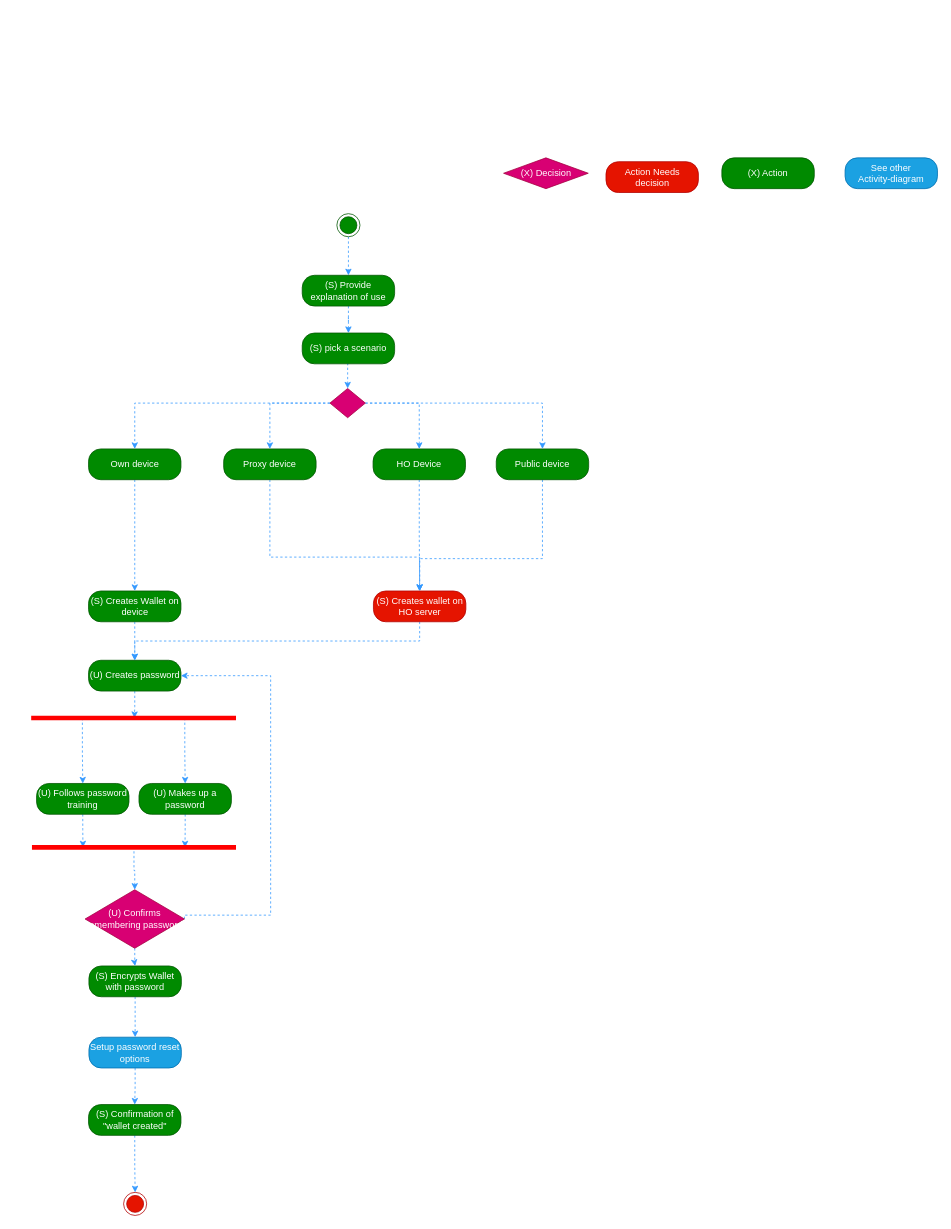
nsward/diagrams keeps this draw.io diagram as Activity Diagrams/Create a wallet activity.drawio. Above is the earlier version. Source tidied: cells renumbered, new cells numbered last; positions are measured from the earlier drawing's top-left corner, leaving out a move shared by most shapes. Both pictures are drawn from the tidied source at 77%, with x=0, y=0 at pixel (31, 158).
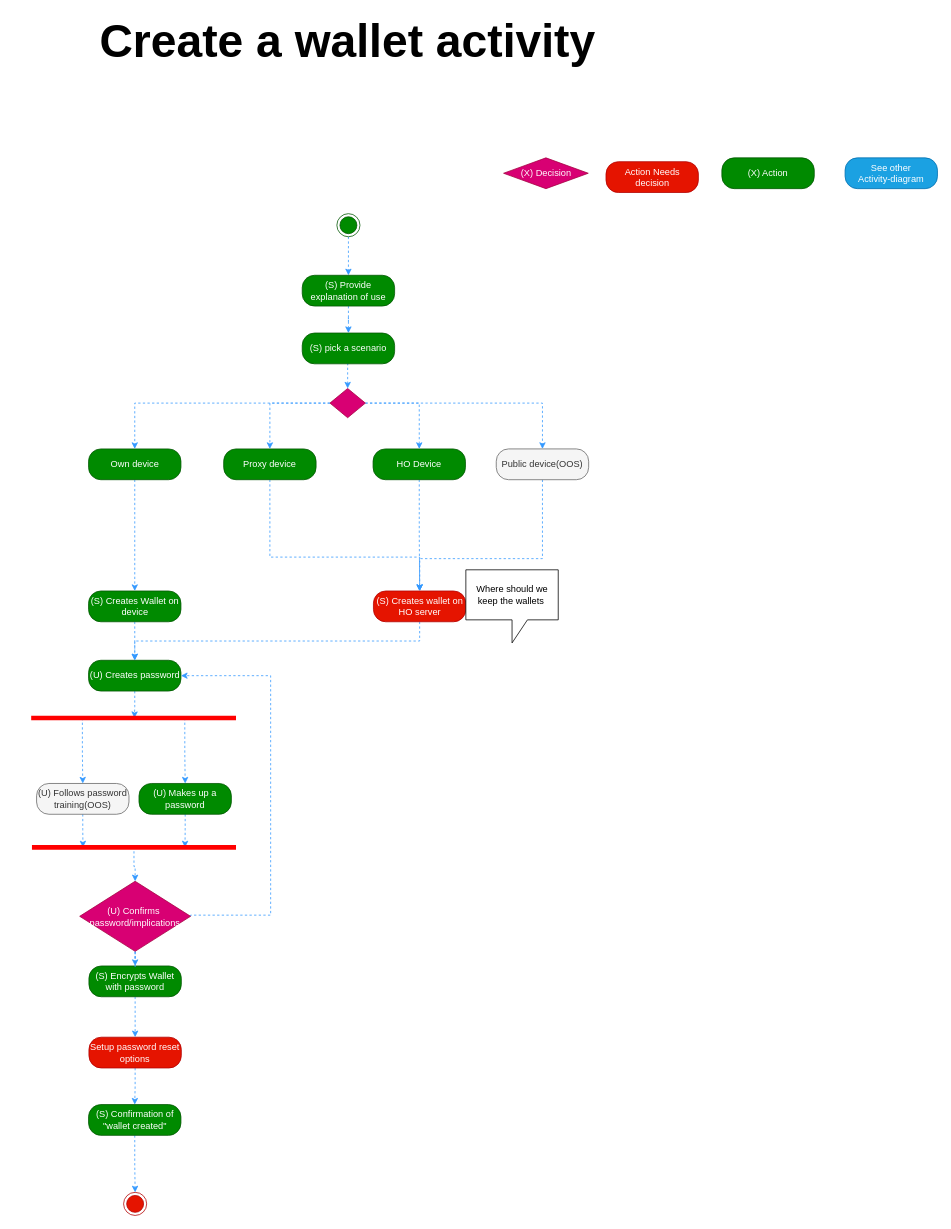
The same diagram, later.

The edit, as a diff of the source:
```diff
@@
-    <mxCell id="18" value="(U) Follows password training" style="rounded=1;whiteSpace=wrap;html=1;arcSize=40;fillColor=#008a00;strokeColor=#005700;fontColor=#ffffff;" parent="1" vertex="1">
+    <mxCell id="18" value="(U) Follows password training(OOS)" style="rounded=1;whiteSpace=wrap;html=1;arcSize=40;fillColor=#f5f5f5;strokeColor=#666666;fontColor=#333333;" parent="1" vertex="1">
       <mxGeometry x="7" y="812" width="120" height="40" as="geometry" />
     </mxCell>
@@
-    <mxCell id="29" value="(U) Confirms remembering password" style="rhombus;whiteSpace=wrap;html=1;fillColor=#d80073;strokeColor=#A50040;fontColor=#ffffff;" parent="1" vertex="1">
-      <mxGeometry x="70" y="950" width="129" height="76" as="geometry" />
+    <mxCell id="29" value="(U) Confirms&amp;nbsp; password/implications" style="rhombus;whiteSpace=wrap;html=1;fillColor=#d80073;strokeColor=#A50040;fontColor=#ffffff;" parent="1" vertex="1">
+      <mxGeometry x="63" y="939" width="144" height="91" as="geometry" />
     </mxCell>
@@
-    <mxCell id="44" value="Public device&lt;br&gt;" style="rounded=1;whiteSpace=wrap;html=1;arcSize=40;fillColor=#008a00;strokeColor=#005700;fontColor=#ffffff;" parent="1" vertex="1">
+    <mxCell id="44" value="Public device(OOS)&lt;br&gt;" style="rounded=1;whiteSpace=wrap;html=1;arcSize=40;fillColor=#f5f5f5;strokeColor=#666666;fontColor=#333333;" parent="1" vertex="1">
       <mxGeometry x="604" y="377.5" width="120" height="40" as="geometry" />
     </mxCell>
@@
-    <mxCell id="49" value="Setup password reset options" style="rounded=1;whiteSpace=wrap;html=1;arcSize=40;fillColor=#1ba1e2;strokeColor=#006EAF;fontColor=#ffffff;" parent="1" vertex="1">
+    <mxCell id="49" value="Setup password reset options" style="rounded=1;whiteSpace=wrap;html=1;arcSize=40;fillColor=#e51400;strokeColor=#B20000;fontColor=#ffffff;" parent="1" vertex="1">
       <mxGeometry x="75" y="1141.5" width="120" height="40" as="geometry" />
     </mxCell>
+    <mxCell id="50" value="Where should we keep the wallets&amp;nbsp;" style="shape=callout;whiteSpace=wrap;html=1;perimeter=calloutPerimeter;" parent="1" vertex="1">
+      <mxGeometry x="564.5" y="534.5" width="120" height="95" as="geometry" />
+    </mxCell>
+    <mxCell id="51" value="Create a wallet activity" style="text;html=1;strokeColor=none;fillColor=none;align=center;verticalAlign=middle;whiteSpace=wrap;rounded=0;fontSize=60;fontStyle=1;" parent="1" vertex="1">
+      <mxGeometry x="-23" y="-162.5" width="868" height="20" as="geometry" />
+    </mxCell>
```
